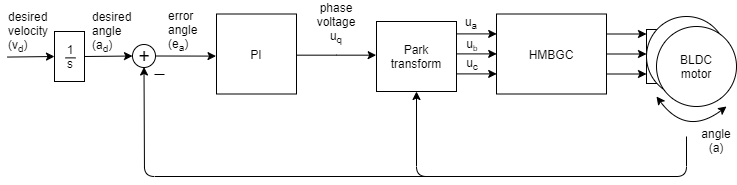
Above: extras/Images/velocity_ultraslow_loop.png in simplefoc/Arduino-FOC (draw.io), before the change. Source tidied: cells renumbered, new cells last; positions are measured from the earlier drawing's top-left corner, leaving out a move shared by most shapes. The source it was exported from:
```xml
<mxGraphModel>
  <root>
    <mxCell id="0" />
    <mxCell id="1" parent="0" />
    <mxCell id="2" style="rounded=0;whiteSpace=wrap;html=1;strokeColor=#000000;" parent="1" vertex="1">
      <mxGeometry x="640" y="25" width="20" height="54" as="geometry" />
    </mxCell>
    <mxCell id="3" value="Park transform" style="rounded=0;whiteSpace=wrap;html=1;" parent="1" vertex="1">
      <mxGeometry x="370" y="17" width="80" height="70" as="geometry" />
    </mxCell>
    <mxCell id="4" style="edgeStyle=orthogonalEdgeStyle;jettySize=auto;html=1;exitX=1;exitY=0.25;exitDx=0;exitDy=0;rounded=1;" parent="1" edge="1" source="7">
      <mxGeometry relative="1" as="geometry">
        <mxPoint x="640" y="29.5" as="targetPoint" />
      </mxGeometry>
    </mxCell>
    <mxCell id="5" style="edgeStyle=orthogonalEdgeStyle;rounded=1;jettySize=auto;html=1;exitX=1;exitY=0.5;exitDx=0;exitDy=0;" parent="1" edge="1" source="7">
      <mxGeometry relative="1" as="geometry">
        <mxPoint x="640" y="49.5" as="targetPoint" />
      </mxGeometry>
    </mxCell>
    <mxCell id="6" style="edgeStyle=orthogonalEdgeStyle;rounded=1;jettySize=auto;html=1;exitX=1;exitY=0.75;exitDx=0;exitDy=0;" parent="1" edge="1" source="7">
      <mxGeometry relative="1" as="geometry">
        <mxPoint x="640" y="69.5" as="targetPoint" />
      </mxGeometry>
    </mxCell>
    <mxCell id="7" style="rounded=0;whiteSpace=wrap;html=1;" parent="1" vertex="1">
      <mxGeometry x="490" y="9.5" width="110" height="80" as="geometry" />
    </mxCell>
    <mxCell id="8" value="HMBGC" style="text;html=1;strokeColor=none;fillColor=none;align=center;verticalAlign=middle;whiteSpace=wrap;rounded=0;" parent="1" vertex="1">
      <mxGeometry x="505" y="32" width="80" height="35" as="geometry" />
    </mxCell>
    <mxCell id="9" style="ellipse;whiteSpace=wrap;html=1;" parent="1" vertex="1">
      <mxGeometry x="640" y="12" width="80" height="80" as="geometry" />
    </mxCell>
    <mxCell id="10" value="M" style="text;html=1;strokeColor=none;fillColor=none;align=center;verticalAlign=middle;whiteSpace=wrap;rounded=0;" parent="1" vertex="1">
      <mxGeometry x="670" y="29.5" width="40" height="20" as="geometry" />
    </mxCell>
    <mxCell id="11" style="ellipse;whiteSpace=wrap;html=1;strokeColor=#000000;" parent="1" vertex="1">
      <mxGeometry x="650" y="22" width="80" height="80" as="geometry" />
    </mxCell>
    <mxCell id="12" style="endArrow=classic;startArrow=classic;html=1;curved=1;" parent="1" edge="1">
      <mxGeometry relative="1" as="geometry">
        <mxPoint x="650" y="92" as="sourcePoint" />
        <mxPoint x="720" y="102" as="targetPoint" />
        <Array as="points">
          <mxPoint x="680" y="132" />
        </Array>
      </mxGeometry>
    </mxCell>
    <mxCell id="13" value="BLDC motor" style="text;html=1;strokeColor=none;fillColor=none;align=center;verticalAlign=middle;whiteSpace=wrap;rounded=0;" parent="1" vertex="1">
      <mxGeometry x="670" y="44.5" width="40" height="35" as="geometry" />
    </mxCell>
    <mxCell id="14" style="edgeStyle=orthogonalEdgeStyle;orthogonalLoop=1;jettySize=auto;html=1;exitX=1;exitY=0.25;exitDx=0;exitDy=0;rounded=1;" parent="1" edge="1">
      <mxGeometry relative="1" as="geometry">
        <mxPoint x="450.2" y="29.4" as="sourcePoint" />
        <mxPoint x="490.2" y="29.4" as="targetPoint" />
      </mxGeometry>
    </mxCell>
    <mxCell id="15" style="edgeStyle=orthogonalEdgeStyle;rounded=1;orthogonalLoop=1;jettySize=auto;html=1;exitX=1;exitY=0.5;exitDx=0;exitDy=0;" parent="1" edge="1">
      <mxGeometry relative="1" as="geometry">
        <mxPoint x="450.2" y="49.4" as="sourcePoint" />
        <mxPoint x="490.2" y="49.4" as="targetPoint" />
      </mxGeometry>
    </mxCell>
    <mxCell id="16" style="edgeStyle=orthogonalEdgeStyle;rounded=1;orthogonalLoop=1;jettySize=auto;html=1;exitX=1;exitY=0.75;exitDx=0;exitDy=0;" parent="1" edge="1">
      <mxGeometry relative="1" as="geometry">
        <mxPoint x="450.2" y="69.4" as="sourcePoint" />
        <mxPoint x="490.2" y="69.4" as="targetPoint" />
      </mxGeometry>
    </mxCell>
    <mxCell id="17" style="group;" parent="1" vertex="1">
      <mxGeometry x="210" y="9.5" width="80" height="80" as="geometry" />
    </mxCell>
    <mxCell id="18" style="whiteSpace=wrap;html=1;strokeColor=#000000;" parent="17" vertex="1">
      <mxGeometry width="80" height="80" as="geometry" />
    </mxCell>
    <mxCell id="19" value="PI" style="text;html=1;strokeColor=none;fillColor=none;align=center;verticalAlign=middle;whiteSpace=wrap;rounded=0;" parent="17" vertex="1">
      <mxGeometry y="22.5" width="80" height="35" as="geometry" />
    </mxCell>
    <mxCell id="20" style="endArrow=classic;html=1;entryX=0;entryY=0.5;entryDx=0;entryDy=0;exitX=0.025;exitY=0.758;exitDx=0;exitDy=0;exitPerimeter=0;" parent="1" edge="1" source="28" target="31">
      <mxGeometry relative="1" as="geometry" />
    </mxCell>
    <mxCell id="21" style="edgeStyle=orthogonalEdgeStyle;rounded=0;orthogonalLoop=1;jettySize=auto;html=1;exitX=1;exitY=0.5;exitDx=0;exitDy=0;entryX=0;entryY=0.463;entryDx=0;entryDy=0;entryPerimeter=0;" parent="1" edge="1">
      <mxGeometry relative="1" as="geometry">
        <mxPoint x="289.7" y="50.7" as="sourcePoint" />
        <mxPoint x="369.7" y="50.7" as="targetPoint" />
        <Array as="points">
          <mxPoint x="330" y="51" />
        </Array>
      </mxGeometry>
    </mxCell>
    <mxCell id="22" style="endArrow=classic;html=1;entryX=0.5;entryY=1;entryDx=0;entryDy=0;" parent="1" edge="1" target="38">
      <mxGeometry relative="1" as="geometry">
        <mxPoint x="680" y="132" as="sourcePoint" />
        <Array as="points">
          <mxPoint x="680" y="172" />
          <mxPoint x="640" y="172" />
          <mxPoint x="138" y="172" />
        </Array>
      </mxGeometry>
    </mxCell>
    <mxCell id="23" value="angle (a)" style="text;html=1;strokeColor=none;fillColor=none;align=center;verticalAlign=middle;whiteSpace=wrap;rounded=0;" parent="1" vertex="1">
      <mxGeometry x="690" y="126" width="40" height="20" as="geometry" />
    </mxCell>
    <mxCell id="24" value="phase voltage u&lt;sub&gt;q&lt;/sub&gt;" style="text;html=1;strokeColor=none;fillColor=none;align=center;verticalAlign=middle;whiteSpace=wrap;rounded=0;" parent="1" vertex="1">
      <mxGeometry x="310" y="8.5" width="40" height="20" as="geometry" />
    </mxCell>
    <mxCell id="25" value="u&lt;sub&gt;a&lt;/sub&gt;" style="text;html=1;strokeColor=none;fillColor=none;align=center;verticalAlign=middle;whiteSpace=wrap;rounded=0;" parent="1" vertex="1">
      <mxGeometry x="450" y="8.5" width="30" height="20" as="geometry" />
    </mxCell>
    <mxCell id="26" value="u&lt;sub&gt;c&lt;/sub&gt;" style="text;html=1;strokeColor=none;fillColor=none;align=center;verticalAlign=middle;whiteSpace=wrap;rounded=0;" parent="1" vertex="1">
      <mxGeometry x="451" y="49.5" width="30" height="20" as="geometry" />
    </mxCell>
    <mxCell id="27" value="u&lt;span style=&quot;font-size: 10px&quot;&gt;&lt;sub&gt;b&lt;/sub&gt;&lt;/span&gt;" style="text;html=1;strokeColor=none;fillColor=none;align=center;verticalAlign=middle;whiteSpace=wrap;rounded=0;" parent="1" vertex="1">
      <mxGeometry x="451" y="30" width="30" height="20" as="geometry" />
    </mxCell>
    <mxCell id="28" value="&lt;span style=&quot;text-align: center ; white-space: normal&quot;&gt;desired&lt;br&gt;velocity&lt;br&gt;(v&lt;/span&gt;&lt;sub style=&quot;text-align: center ; white-space: normal&quot;&gt;d&lt;/sub&gt;&lt;span style=&quot;text-align: center ; white-space: normal&quot;&gt;)&lt;/span&gt;" style="text;html=1;" parent="1" vertex="1">
      <mxGeometry y="-0.5" width="40" height="70" as="geometry" />
    </mxCell>
    <mxCell id="29" style="endArrow=classic;html=1;entryX=0.5;entryY=1;entryDx=0;entryDy=0;" parent="1" edge="1" target="3">
      <mxGeometry relative="1" as="geometry">
        <mxPoint x="660" y="172" as="sourcePoint" />
        <Array as="points">
          <mxPoint x="410" y="172" />
        </Array>
      </mxGeometry>
    </mxCell>
    <mxCell id="30" style="group;" parent="1" vertex="1">
      <mxGeometry x="44" y="27" width="40" height="50" as="geometry" />
    </mxCell>
    <mxCell id="31" style="rounded=0;whiteSpace=wrap;html=1;" parent="30" vertex="1">
      <mxGeometry x="4" width="30" height="50" as="geometry" />
    </mxCell>
    <mxCell id="32" value="1&lt;br&gt;s" style="text;html=1;strokeColor=none;fillColor=none;align=center;verticalAlign=middle;whiteSpace=wrap;rounded=0;" parent="30" vertex="1">
      <mxGeometry x="10" y="15" width="20" height="20" as="geometry" />
    </mxCell>
    <mxCell id="33" style="endArrow=none;html=1;" parent="30" edge="1">
      <mxGeometry relative="1" as="geometry">
        <mxPoint x="15" y="26.4" as="sourcePoint" />
        <mxPoint x="25" y="26.4" as="targetPoint" />
      </mxGeometry>
    </mxCell>
    <mxCell id="34" style="endArrow=classic;html=1;entryX=0;entryY=0.5;entryDx=0;entryDy=0;exitX=1;exitY=0.5;exitDx=0;exitDy=0;" parent="1" edge="1" source="31" target="36">
      <mxGeometry relative="1" as="geometry" />
    </mxCell>
    <mxCell id="35" value="desired&lt;br&gt;angle&lt;br&gt;(a&lt;sub&gt;d&lt;/sub&gt;)" style="text;html=1;" parent="1" vertex="1">
      <mxGeometry x="84" y="-0.5" width="40" height="70" as="geometry" />
    </mxCell>
    <mxCell id="36" style="ellipse;whiteSpace=wrap;html=1;strokeColor=#000000;" parent="1" vertex="1">
      <mxGeometry x="126" y="40" width="23" height="23" as="geometry" />
    </mxCell>
    <mxCell id="37" style="endArrow=none;html=1;" parent="1" edge="1">
      <mxGeometry relative="1" as="geometry">
        <mxPoint x="148" y="70" as="sourcePoint" />
        <mxPoint x="158" y="70" as="targetPoint" />
      </mxGeometry>
    </mxCell>
    <mxCell id="38" value="&lt;font style=&quot;font-size: 20px&quot;&gt;+&lt;/font&gt;" style="text;html=1;strokeColor=none;fillColor=none;align=center;verticalAlign=middle;whiteSpace=wrap;rounded=0;" parent="1" vertex="1">
      <mxGeometry x="128.5" y="38.5" width="18" height="24" as="geometry" />
    </mxCell>
    <mxCell id="39" style="endArrow=classic;html=1;exitX=1;exitY=0.5;exitDx=0;exitDy=0;entryX=-0.006;entryY=0.56;entryDx=0;entryDy=0;entryPerimeter=0;" parent="1" edge="1" source="36" target="19">
      <mxGeometry relative="1" as="geometry" />
    </mxCell>
    <mxCell id="40" value="&lt;span style=&quot;text-align: center ; white-space: normal&quot;&gt;error&lt;br&gt;angle&amp;nbsp;&lt;br&gt;(e&lt;sub&gt;a&lt;/sub&gt;)&lt;/span&gt;" style="text;html=1;align=left;verticalAlign=top;spacingTop=-4;" parent="1" vertex="1">
      <mxGeometry x="160" y="2" width="50" height="50" as="geometry" />
    </mxCell>
  </root>
</mxGraphModel>
```
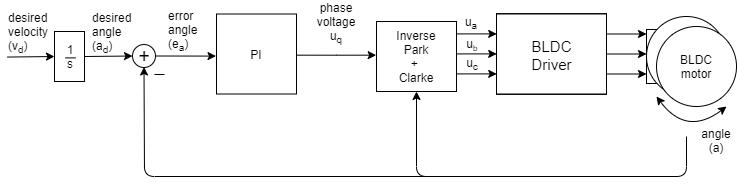
Later version of the same file.

The edit, as a diff of the source:
```diff
@@ -5,7 +5,7 @@
     <mxCell id="2" style="rounded=0;whiteSpace=wrap;html=1;strokeColor=#000000;" parent="1" vertex="1">
       <mxGeometry x="640" y="25" width="20" height="54" as="geometry" />
     </mxCell>
-    <mxCell id="3" value="Park transform" style="rounded=0;whiteSpace=wrap;html=1;" parent="1" vertex="1">
+    <mxCell id="3" value="Inverse &lt;br&gt;Park +&lt;br&gt;Clarke" style="rounded=0;whiteSpace=wrap;html=1;" parent="1" vertex="1">
       <mxGeometry x="370" y="17" width="80" height="70" as="geometry" />
     </mxCell>
     <mxCell id="4" style="edgeStyle=orthogonalEdgeStyle;jettySize=auto;html=1;exitX=1;exitY=0.25;exitDx=0;exitDy=0;rounded=1;" parent="1" edge="1" source="7">
@@ -164,5 +164,26 @@
     <mxCell id="40" value="&lt;span style=&quot;text-align: center ; white-space: normal&quot;&gt;error&lt;br&gt;angle&amp;nbsp;&lt;br&gt;(e&lt;sub&gt;a&lt;/sub&gt;)&lt;/span&gt;" style="text;html=1;align=left;verticalAlign=top;spacingTop=-4;" parent="1" vertex="1">
       <mxGeometry x="160" y="2" width="50" height="50" as="geometry" />
     </mxCell>
+    <mxCell id="41" value="Inverse&lt;br&gt;Park&lt;br&gt;+&amp;nbsp;&lt;br&gt;Clarke" style="rounded=0;whiteSpace=wrap;html=1;" parent="1" vertex="1">
+      <mxGeometry x="370" y="17" width="80" height="70" as="geometry" />
+    </mxCell>
+    <mxCell id="42" style="rounded=0;whiteSpace=wrap;html=1;" parent="1" vertex="1">
+      <mxGeometry x="490" y="9.5" width="110" height="80" as="geometry" />
+    </mxCell>
+    <mxCell id="43" value="HMBGC" style="text;html=1;strokeColor=none;fillColor=none;align=center;verticalAlign=middle;whiteSpace=wrap;rounded=0;" parent="1" vertex="1">
+      <mxGeometry x="505" y="32" width="80" height="35" as="geometry" />
+    </mxCell>
+    <mxCell id="44" style="rounded=0;whiteSpace=wrap;html=1;" parent="1" vertex="1">
+      <mxGeometry x="490" y="9.5" width="110" height="80" as="geometry" />
+    </mxCell>
+    <mxCell id="45" value="HMBGC" style="text;html=1;strokeColor=none;fillColor=none;align=center;verticalAlign=middle;whiteSpace=wrap;rounded=0;" parent="1" vertex="1">
+      <mxGeometry x="505" y="32" width="80" height="35" as="geometry" />
+    </mxCell>
+    <mxCell id="46" style="rounded=0;whiteSpace=wrap;html=1;" parent="1" vertex="1">
+      <mxGeometry x="490" y="9.5" width="110" height="80" as="geometry" />
+    </mxCell>
+    <mxCell id="47" value="&lt;font style=&quot;font-size: 15px&quot;&gt;BLDC Driver&lt;/font&gt;" style="text;html=1;strokeColor=none;fillColor=none;align=center;verticalAlign=middle;whiteSpace=wrap;rounded=0;" parent="1" vertex="1">
+      <mxGeometry x="517.5" y="32" width="55" height="37.5" as="geometry" />
+    </mxCell>
   </root>
 </mxGraphModel>
```
